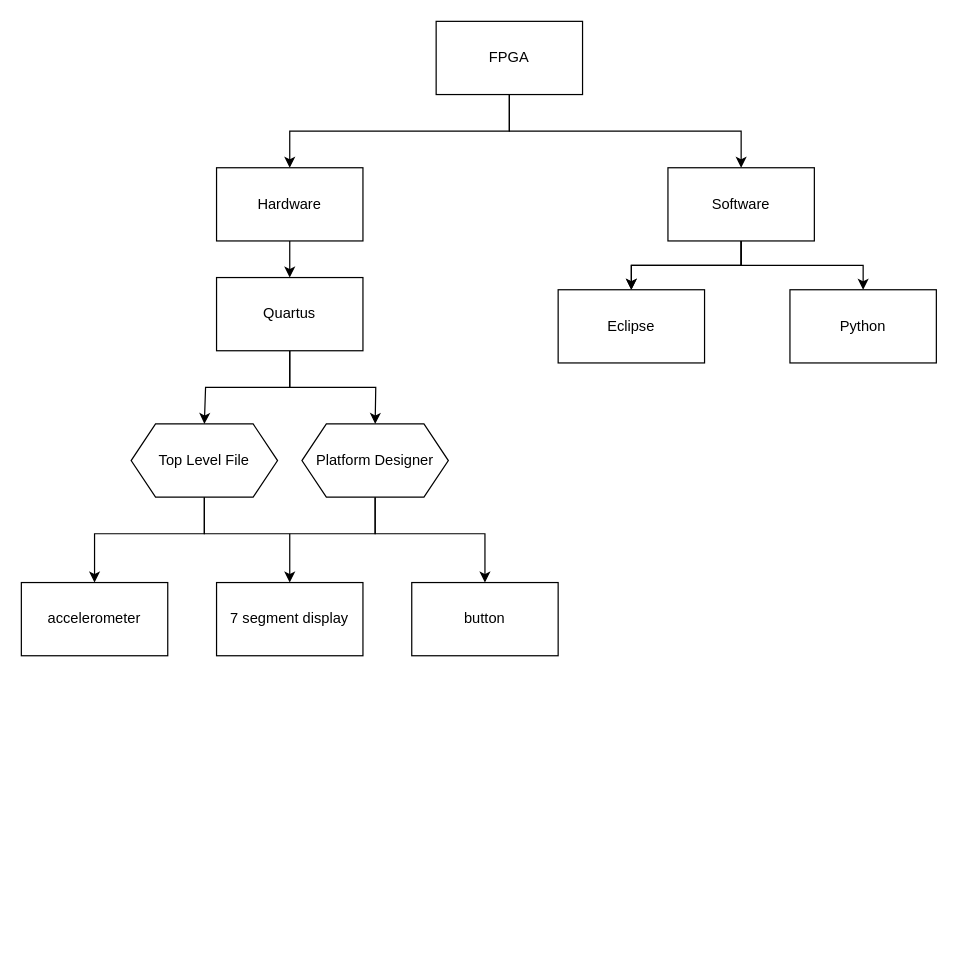
qiqipan23/Information-Processing keeps this draw.io diagram as FPGA.drawio. Above is the earlier version. Source tidied: cells renumbered, new cells numbered last; positions are measured from the earlier drawing's top-left corner, leaving out a move shared by most shapes. Both pictures are drawn from the tidied source at 122%, with x=0, y=0 at pixel (21, 21).
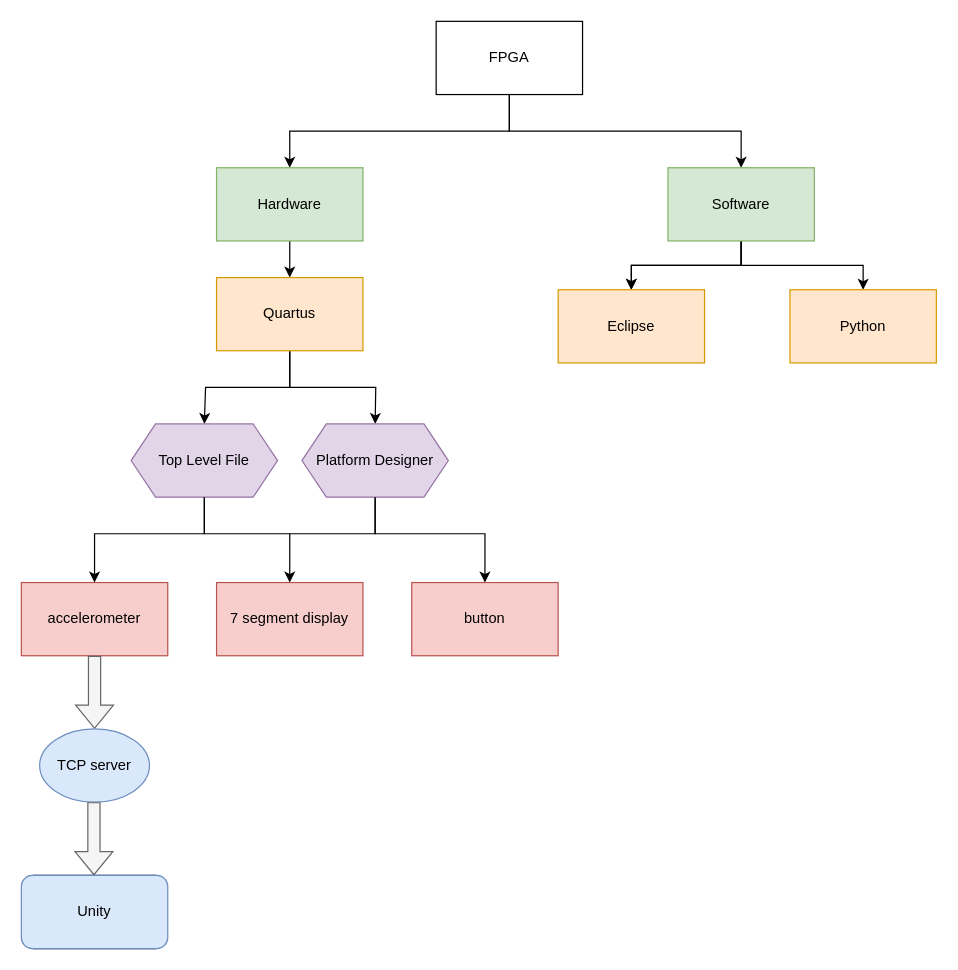
The same page after the edit.

Change to the diagram source:
```diff
@@
-    <mxCell id="6" value="Hardware" style="rounded=0;whiteSpace=wrap;html=1;" parent="1" vertex="1">
+    <mxCell id="6" value="Hardware" style="rounded=0;whiteSpace=wrap;html=1;fillColor=#d5e8d4;strokeColor=#82b366;" parent="1" vertex="1">
       <mxGeometry x="160" y="120" width="120" height="60" as="geometry" />
     </mxCell>
@@
-    <mxCell id="10" value="Software" style="rounded=0;whiteSpace=wrap;html=1;" parent="1" vertex="1">
+    <mxCell id="10" value="Software" style="rounded=0;whiteSpace=wrap;html=1;fillColor=#d5e8d4;strokeColor=#82b366;" parent="1" vertex="1">
       <mxGeometry x="530" y="120" width="120" height="60" as="geometry" />
     </mxCell>
@@
-    <mxCell id="13" value="Quartus" style="rounded=0;whiteSpace=wrap;html=1;" parent="1" vertex="1">
+    <mxCell id="13" value="Quartus" style="rounded=0;whiteSpace=wrap;html=1;fillColor=#ffe6cc;strokeColor=#d79b00;" parent="1" vertex="1">
       <mxGeometry x="160" y="210" width="120" height="60" as="geometry" />
     </mxCell>
-    <mxCell id="14" value="Eclipse" style="rounded=0;whiteSpace=wrap;html=1;" parent="1" vertex="1">
+    <mxCell id="14" value="Eclipse" style="rounded=0;whiteSpace=wrap;html=1;fillColor=#ffe6cc;strokeColor=#d79b00;" parent="1" vertex="1">
       <mxGeometry x="440" y="220" width="120" height="60" as="geometry" />
     </mxCell>
-    <mxCell id="15" value="Python" style="rounded=0;whiteSpace=wrap;html=1;" parent="1" vertex="1">
+    <mxCell id="15" value="Python" style="rounded=0;whiteSpace=wrap;html=1;fillColor=#ffe6cc;strokeColor=#d79b00;" parent="1" vertex="1">
       <mxGeometry x="630" y="220" width="120" height="60" as="geometry" />
     </mxCell>
-    <mxCell id="16" value="7 segment display" style="rounded=0;whiteSpace=wrap;html=1;" parent="1" vertex="1">
+    <mxCell id="16" value="7 segment display" style="rounded=0;whiteSpace=wrap;html=1;fillColor=#f8cecc;strokeColor=#b85450;" parent="1" vertex="1">
       <mxGeometry x="160" y="460" width="120" height="60" as="geometry" />
     </mxCell>
-    <mxCell id="17" value="button" style="whiteSpace=wrap;html=1;rounded=0;" parent="1" vertex="1">
+    <mxCell id="17" value="button" style="whiteSpace=wrap;html=1;rounded=0;fillColor=#f8cecc;strokeColor=#b85450;" parent="1" vertex="1">
       <mxGeometry x="320" y="460" width="120" height="60" as="geometry" />
     </mxCell>
-    <mxCell id="18" value="accelerometer" style="whiteSpace=wrap;html=1;rounded=0;" parent="1" vertex="1">
+    <mxCell id="18" value="accelerometer" style="whiteSpace=wrap;html=1;rounded=0;fillColor=#f8cecc;strokeColor=#b85450;" parent="1" vertex="1">
       <mxGeometry y="460" width="120" height="60" as="geometry" />
     </mxCell>
@@
-    <mxCell id="20" value="Top Level File" style="shape=hexagon;perimeter=hexagonPerimeter2;whiteSpace=wrap;html=1;fixedSize=1;" parent="1" vertex="1">
+    <mxCell id="20" value="Top Level File" style="shape=hexagon;perimeter=hexagonPerimeter2;whiteSpace=wrap;html=1;fixedSize=1;fillColor=#e1d5e7;strokeColor=#9673a6;" parent="1" vertex="1">
       <mxGeometry x="90" y="330" width="120" height="60" as="geometry" />
     </mxCell>
@@
-    <mxCell id="22" value="Platform Designer" style="shape=hexagon;perimeter=hexagonPerimeter2;whiteSpace=wrap;html=1;fixedSize=1;" parent="1" vertex="1">
+    <mxCell id="22" value="Platform Designer" style="shape=hexagon;perimeter=hexagonPerimeter2;whiteSpace=wrap;html=1;fixedSize=1;fillColor=#e1d5e7;strokeColor=#9673a6;" parent="1" vertex="1">
       <mxGeometry x="230" y="330" width="120" height="60" as="geometry" />
     </mxCell>
@@
+    <mxCell id="25" style="shape=flexArrow;endArrow=classic;html=1;rounded=0;exitX=0.5;exitY=1;exitDx=0;exitDy=0;fillColor=#f5f5f5;strokeColor=#666666;" parent="1" edge="1" source="18">
+      <mxGeometry relative="1" as="geometry">
+        <mxPoint x="60" y="580" as="targetPoint" />
+      </mxGeometry>
+    </mxCell>
+    <mxCell id="26" value="TCP server" style="ellipse;whiteSpace=wrap;html=1;fillColor=#dae8fc;strokeColor=#6c8ebf;" parent="1" vertex="1">
+      <mxGeometry x="15" y="580" width="90" height="60" as="geometry" />
+    </mxCell>
+    <mxCell id="27" style="shape=flexArrow;endArrow=classic;html=1;rounded=0;exitX=0.5;exitY=1;exitDx=0;exitDy=0;fillColor=#f5f5f5;strokeColor=#666666;" parent="1" edge="1">
+      <mxGeometry relative="1" as="geometry">
+        <mxPoint x="59.5" y="640" as="sourcePoint" />
+        <mxPoint x="59.5" y="700" as="targetPoint" />
+      </mxGeometry>
+    </mxCell>
+    <mxCell id="28" style="verticalLabelPosition=bottom;verticalAlign=top;html=1;shape=mxgraph.basic.frame;dx=10;whiteSpace=wrap;" parent="1" vertex="1">
+      <mxGeometry x="10" y="700" width="100" height="60" as="geometry" />
+    </mxCell>
+    <mxCell id="29" value="Unity" style="rounded=1;whiteSpace=wrap;html=1;fillColor=#dae8fc;strokeColor=#6c8ebf;" parent="1" vertex="1">
+      <mxGeometry y="700" width="120" height="60" as="geometry" />
+    </mxCell>
```
